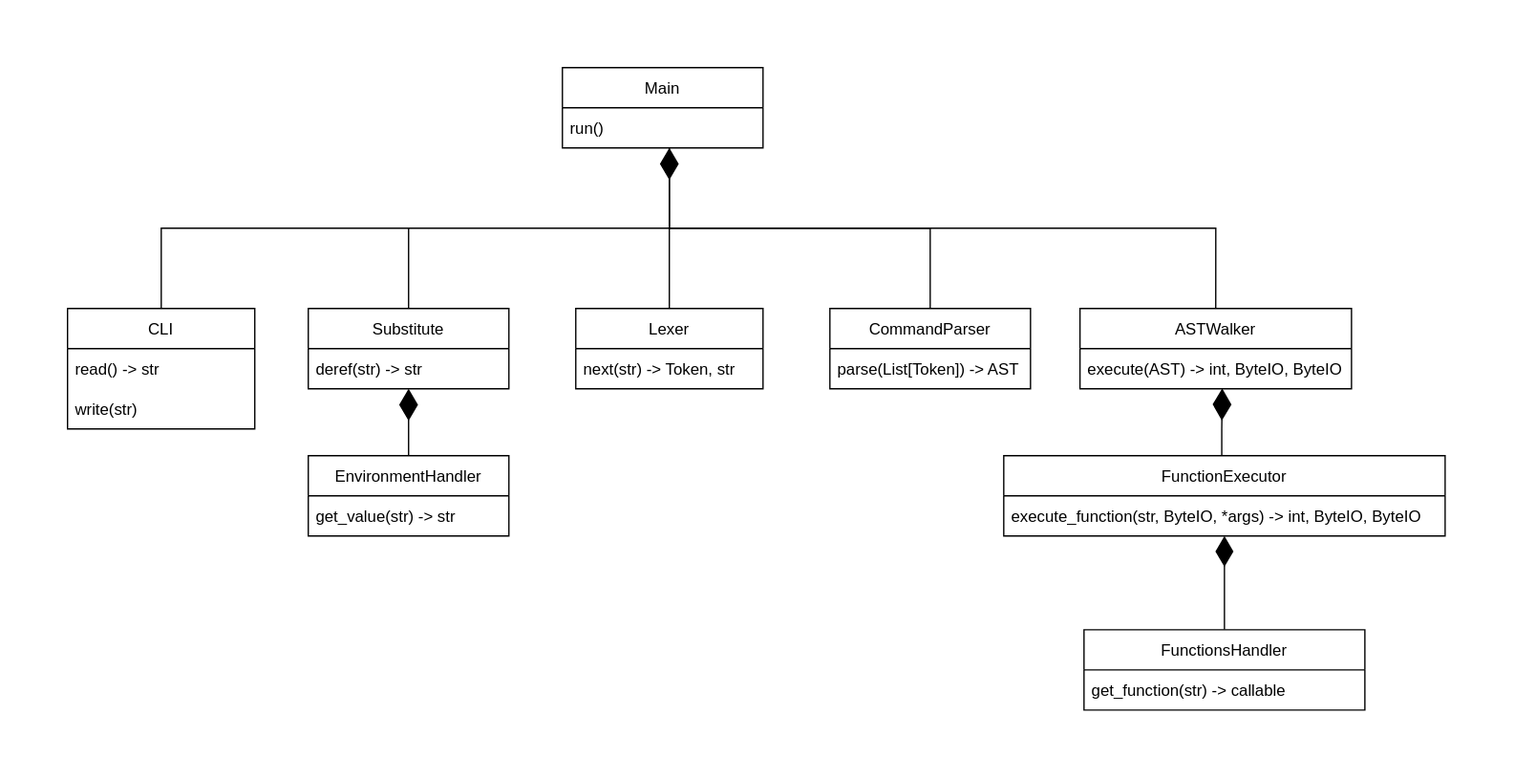
Before: diagram.svg, a diagram exported from draw.io (vladnosiv/sd-hse-2022). Source tidied: cells renumbered, new cells last; positions are measured from the earlier drawing's top-left corner, leaving out a move shared by most shapes. Source of this version:
```xml
<mxGraphModel>
  <root>
    <mxCell id="0" />
    <mxCell id="1" parent="0" />
    <mxCell id="2" style="edgeStyle=orthogonalEdgeStyle;rounded=0;jettySize=auto;html=1;entryX=0.533;entryY=1;entryDx=0;entryDy=0;entryPerimeter=0;endArrow=none;endFill=0;endSize=21;strokeWidth=1;" parent="1" edge="1" source="3" target="25">
      <mxGeometry relative="1" as="geometry" />
    </mxCell>
    <mxCell id="3" value="CLI" style="swimlane;fontStyle=0;horizontal=1;startSize=30;" parent="1" vertex="1">
      <mxGeometry y="180" width="140" height="90" as="geometry" />
    </mxCell>
    <mxCell id="4" value="read() -&gt; str" style="text;strokeColor=none;fillColor=none;align=left;verticalAlign=middle;spacingLeft=4;spacingRight=4;overflow=hidden;" parent="3" vertex="1">
      <mxGeometry y="30" width="140" height="30" as="geometry" />
    </mxCell>
    <mxCell id="5" value="write(str)" style="text;strokeColor=none;fillColor=none;align=left;verticalAlign=middle;spacingLeft=4;spacingRight=4;overflow=hidden;" parent="3" vertex="1">
      <mxGeometry y="60" width="140" height="30" as="geometry" />
    </mxCell>
    <mxCell id="6" style="edgeStyle=orthogonalEdgeStyle;rounded=0;jettySize=auto;html=1;entryX=0.533;entryY=1;entryDx=0;entryDy=0;entryPerimeter=0;endArrow=diamondThin;endFill=1;strokeWidth=1;endSize=21;" parent="1" edge="1" source="7" target="25">
      <mxGeometry relative="1" as="geometry" />
    </mxCell>
    <mxCell id="7" value="Lexer" style="swimlane;fontStyle=0;horizontal=1;startSize=30;" parent="1" vertex="1">
      <mxGeometry x="380" y="180" width="140" height="60" as="geometry" />
    </mxCell>
    <mxCell id="8" value="next(str) -&gt; Token, str" style="text;strokeColor=none;fillColor=none;align=left;verticalAlign=middle;spacingLeft=4;spacingRight=4;overflow=hidden;" parent="7" vertex="1">
      <mxGeometry y="30" width="140" height="30" as="geometry" />
    </mxCell>
    <mxCell id="9" style="edgeStyle=orthogonalEdgeStyle;rounded=0;jettySize=auto;html=1;endArrow=none;endFill=0;endSize=21;strokeWidth=1;" parent="1" edge="1" source="10">
      <mxGeometry relative="1" as="geometry">
        <mxPoint x="450" y="120" as="targetPoint" />
        <Array as="points">
          <mxPoint x="645" y="120" />
        </Array>
      </mxGeometry>
    </mxCell>
    <mxCell id="10" value="CommandParser" style="swimlane;fontStyle=0;horizontal=1;startSize=30;" parent="1" vertex="1">
      <mxGeometry x="570" y="180" width="150" height="60" as="geometry" />
    </mxCell>
    <mxCell id="11" value="parse(List[Token]) -&gt; AST" style="text;strokeColor=none;fillColor=none;align=left;verticalAlign=middle;spacingLeft=4;spacingRight=4;overflow=hidden;points=[[0,0.5],[1,0.5]];portConstraint=eastwest;" parent="10" vertex="1">
      <mxGeometry y="30" width="150" height="30" as="geometry" />
    </mxCell>
    <mxCell id="12" style="edgeStyle=orthogonalEdgeStyle;rounded=0;jettySize=auto;html=1;entryX=0.5;entryY=1;entryDx=0;entryDy=0;entryPerimeter=0;endArrow=diamondThin;endFill=1;endSize=21;strokeWidth=1;" parent="1" edge="1" source="13" target="20">
      <mxGeometry relative="1" as="geometry" />
    </mxCell>
    <mxCell id="13" value="EnvironmentHandler" style="swimlane;fontStyle=0;horizontal=1;startSize=30;" parent="1" vertex="1">
      <mxGeometry x="180" y="290" width="150" height="60" as="geometry" />
    </mxCell>
    <mxCell id="14" value="get_value(str) -&gt; str" style="text;strokeColor=none;fillColor=none;align=left;verticalAlign=middle;spacingLeft=4;spacingRight=4;overflow=hidden;" parent="13" vertex="1">
      <mxGeometry y="30" width="150" height="30" as="geometry" />
    </mxCell>
    <mxCell id="15" style="edgeStyle=orthogonalEdgeStyle;rounded=0;jettySize=auto;html=1;entryX=0.524;entryY=0.989;entryDx=0;entryDy=0;entryPerimeter=0;endArrow=diamondThin;endFill=1;endSize=21;strokeWidth=1;" parent="1" edge="1" source="16" target="23">
      <mxGeometry relative="1" as="geometry">
        <Array as="points">
          <mxPoint x="863" y="270" />
          <mxPoint x="863" y="270" />
        </Array>
      </mxGeometry>
    </mxCell>
    <mxCell id="16" value="FunctionExecutor" style="swimlane;fontStyle=0;horizontal=1;startSize=30;" parent="1" vertex="1">
      <mxGeometry x="700" y="290" width="330" height="60" as="geometry" />
    </mxCell>
    <mxCell id="17" value="execute_function(str, ByteIO, *args) -&gt; int, ByteIO, ByteIO" style="text;strokeColor=none;fillColor=none;align=left;verticalAlign=middle;spacingLeft=4;spacingRight=4;overflow=hidden;points=[[0,0.5],[1,0.5]];portConstraint=eastwest;" parent="16" vertex="1">
      <mxGeometry y="30" width="330" height="30" as="geometry" />
    </mxCell>
    <mxCell id="18" style="edgeStyle=orthogonalEdgeStyle;rounded=0;jettySize=auto;html=1;endArrow=none;endFill=0;endSize=21;strokeWidth=1;" parent="1" edge="1" source="19">
      <mxGeometry relative="1" as="geometry">
        <mxPoint x="255" y="120" as="targetPoint" />
      </mxGeometry>
    </mxCell>
    <mxCell id="19" value="Substitute" style="swimlane;fontStyle=0;horizontal=1;startSize=30;" parent="1" vertex="1">
      <mxGeometry x="180" y="180" width="150" height="60" as="geometry" />
    </mxCell>
    <mxCell id="20" value="deref(str) -&gt; str" style="text;strokeColor=none;fillColor=none;align=left;verticalAlign=middle;spacingLeft=4;spacingRight=4;overflow=hidden;points=[[0,0.5],[1,0.5]];portConstraint=eastwest;" parent="19" vertex="1">
      <mxGeometry y="30" width="150" height="30" as="geometry" />
    </mxCell>
    <mxCell id="21" style="edgeStyle=orthogonalEdgeStyle;rounded=0;jettySize=auto;html=1;endArrow=none;endFill=0;endSize=21;strokeWidth=1;exitX=0.5;exitY=0;exitDx=0;exitDy=0;" parent="1" edge="1" source="22">
      <mxGeometry relative="1" as="geometry">
        <mxPoint x="450" y="120" as="targetPoint" />
        <Array as="points">
          <mxPoint x="859" y="120" />
        </Array>
      </mxGeometry>
    </mxCell>
    <mxCell id="22" value="ASTWalker" style="swimlane;fontStyle=0;horizontal=1;startSize=30;" parent="1" vertex="1">
      <mxGeometry x="757" y="180" width="203" height="60" as="geometry" />
    </mxCell>
    <mxCell id="23" value="execute(AST) -&gt; int, ByteIO, ByteIO" style="text;strokeColor=none;fillColor=none;align=left;verticalAlign=middle;spacingLeft=4;spacingRight=4;overflow=hidden;points=[[0,0.5],[1,0.5]];portConstraint=eastwest;" parent="22" vertex="1">
      <mxGeometry y="30" width="203" height="30" as="geometry" />
    </mxCell>
    <mxCell id="24" value="Main" style="swimlane;fontStyle=0;horizontal=1;startSize=30;" parent="1" vertex="1">
      <mxGeometry x="370" width="150" height="60" as="geometry" />
    </mxCell>
    <mxCell id="25" value="run()" style="text;strokeColor=none;fillColor=none;align=left;verticalAlign=middle;spacingLeft=4;spacingRight=4;overflow=hidden;points=[[0,0.5],[1,0.5]];portConstraint=eastwest;" parent="24" vertex="1">
      <mxGeometry y="30" width="150" height="30" as="geometry" />
    </mxCell>
    <mxCell id="26" style="edgeStyle=orthogonalEdgeStyle;rounded=0;jettySize=auto;html=1;entryX=0.5;entryY=1;entryDx=0;entryDy=0;entryPerimeter=0;endArrow=diamondThin;endFill=1;endSize=20;" parent="1" edge="1" source="27" target="17">
      <mxGeometry relative="1" as="geometry" />
    </mxCell>
    <mxCell id="27" value="FunctionsHandler" style="swimlane;fontStyle=0;horizontal=1;startSize=30;" parent="1" vertex="1">
      <mxGeometry x="760" y="420" width="210" height="60" as="geometry" />
    </mxCell>
    <mxCell id="28" value="get_function(str) -&gt; callable" style="text;strokeColor=none;fillColor=none;align=left;verticalAlign=middle;spacingLeft=4;spacingRight=4;overflow=hidden;" parent="27" vertex="1">
      <mxGeometry y="30" width="210" height="30" as="geometry" />
    </mxCell>
  </root>
</mxGraphModel>
```
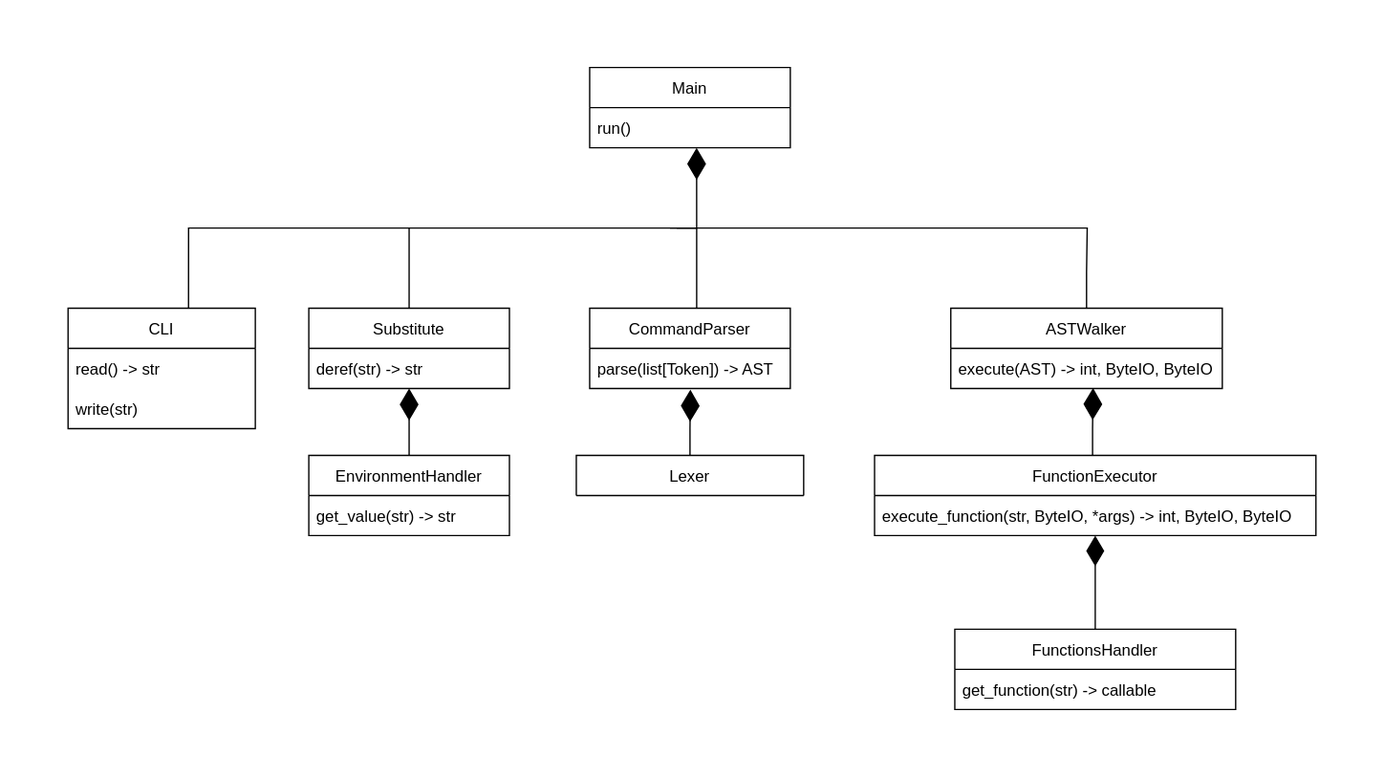
The same diagram one commit later.

Diff of the diagram source:
```diff
@@ -2,8 +2,14 @@
   <root>
     <mxCell id="0" />
     <mxCell id="1" parent="0" />
-    <mxCell id="2" style="edgeStyle=orthogonalEdgeStyle;rounded=0;jettySize=auto;html=1;entryX=0.533;entryY=1;entryDx=0;entryDy=0;entryPerimeter=0;endArrow=none;endFill=0;endSize=21;strokeWidth=1;" parent="1" edge="1" source="3" target="25">
-      <mxGeometry relative="1" as="geometry" />
+    <mxCell id="2" style="edgeStyle=orthogonalEdgeStyle;rounded=0;jettySize=auto;html=1;entryX=0.533;entryY=1;entryDx=0;entryDy=0;entryPerimeter=0;endArrow=diamondThin;endFill=1;endSize=21;strokeWidth=1;" parent="1" edge="1" target="25">
+      <mxGeometry relative="1" as="geometry">
+        <mxPoint x="90.1" y="180" as="sourcePoint" />
+        <Array as="points">
+          <mxPoint x="90" y="120" />
+          <mxPoint x="470" y="120" />
+        </Array>
+      </mxGeometry>
     </mxCell>
     <mxCell id="3" value="CLI" style="swimlane;fontStyle=0;horizontal=1;startSize=30;" parent="1" vertex="1">
       <mxGeometry y="180" width="140" height="90" as="geometry" />
@@ -14,27 +20,24 @@
     <mxCell id="5" value="write(str)" style="text;strokeColor=none;fillColor=none;align=left;verticalAlign=middle;spacingLeft=4;spacingRight=4;overflow=hidden;" parent="3" vertex="1">
       <mxGeometry y="60" width="140" height="30" as="geometry" />
     </mxCell>
-    <mxCell id="6" style="edgeStyle=orthogonalEdgeStyle;rounded=0;jettySize=auto;html=1;entryX=0.533;entryY=1;entryDx=0;entryDy=0;entryPerimeter=0;endArrow=diamondThin;endFill=1;strokeWidth=1;endSize=21;" parent="1" edge="1" source="7" target="25">
-      <mxGeometry relative="1" as="geometry" />
-    </mxCell>
+    <mxCell id="29" style="edgeStyle=orthogonalEdgeStyle;rounded=0;jettySize=auto;html=1;entryX=0.502;entryY=1.031;entryDx=0;entryDy=0;entryPerimeter=0;endArrow=diamondThin;endFill=1;endSize=21;" parent="1" edge="1" source="7" target="11">
+      <mxGeometry relative="1" as="geometry" />
+    </mxCell>
     <mxCell id="7" value="Lexer" style="swimlane;fontStyle=0;horizontal=1;startSize=30;" parent="1" vertex="1">
-      <mxGeometry x="380" y="180" width="140" height="60" as="geometry" />
+      <mxGeometry x="380" y="290" width="170" height="30" as="geometry" />
     </mxCell>
-    <mxCell id="8" value="next(str) -&gt; Token, str" style="text;strokeColor=none;fillColor=none;align=left;verticalAlign=middle;spacingLeft=4;spacingRight=4;overflow=hidden;" parent="7" vertex="1">
-      <mxGeometry y="30" width="140" height="30" as="geometry" />
-    </mxCell>
-    <mxCell id="9" style="edgeStyle=orthogonalEdgeStyle;rounded=0;jettySize=auto;html=1;endArrow=none;endFill=0;endSize=21;strokeWidth=1;" parent="1" edge="1" source="10">
-      <mxGeometry relative="1" as="geometry">
-        <mxPoint x="450" y="120" as="targetPoint" />
-        <Array as="points">
-          <mxPoint x="645" y="120" />
-        </Array>
-      </mxGeometry>
-    </mxCell>
+    <mxCell id="30" style="edgeStyle=orthogonalEdgeStyle;rounded=0;jettySize=auto;html=1;endArrow=none;endFill=0;" parent="1" edge="1" source="10">
+      <mxGeometry relative="1" as="geometry">
+        <mxPoint x="455" y="120" as="targetPoint" />
+        <Array as="points">
+          <mxPoint x="470" y="120" />
+        </Array>
+      </mxGeometry>
+    </mxCell>
     <mxCell id="10" value="CommandParser" style="swimlane;fontStyle=0;horizontal=1;startSize=30;" parent="1" vertex="1">
-      <mxGeometry x="570" y="180" width="150" height="60" as="geometry" />
+      <mxGeometry x="390" y="180" width="150" height="60" as="geometry" />
     </mxCell>
-    <mxCell id="11" value="parse(List[Token]) -&gt; AST" style="text;strokeColor=none;fillColor=none;align=left;verticalAlign=middle;spacingLeft=4;spacingRight=4;overflow=hidden;points=[[0,0.5],[1,0.5]];portConstraint=eastwest;" parent="10" vertex="1">
+    <mxCell id="11" value="parse(list[Token]) -&gt; AST" style="text;strokeColor=none;fillColor=none;align=left;verticalAlign=middle;spacingLeft=4;spacingRight=4;overflow=hidden;points=[[0,0.5],[1,0.5]];portConstraint=eastwest;" parent="10" vertex="1">
       <mxGeometry y="30" width="150" height="30" as="geometry" />
     </mxCell>
     <mxCell id="12" style="edgeStyle=orthogonalEdgeStyle;rounded=0;jettySize=auto;html=1;entryX=0.5;entryY=1;entryDx=0;entryDy=0;entryPerimeter=0;endArrow=diamondThin;endFill=1;endSize=21;strokeWidth=1;" parent="1" edge="1" source="13" target="20">
@@ -49,13 +52,13 @@
     <mxCell id="15" style="edgeStyle=orthogonalEdgeStyle;rounded=0;jettySize=auto;html=1;entryX=0.524;entryY=0.989;entryDx=0;entryDy=0;entryPerimeter=0;endArrow=diamondThin;endFill=1;endSize=21;strokeWidth=1;" parent="1" edge="1" source="16" target="23">
       <mxGeometry relative="1" as="geometry">
         <Array as="points">
-          <mxPoint x="863" y="270" />
-          <mxPoint x="863" y="270" />
+          <mxPoint x="766" y="270" />
+          <mxPoint x="766" y="270" />
         </Array>
       </mxGeometry>
     </mxCell>
     <mxCell id="16" value="FunctionExecutor" style="swimlane;fontStyle=0;horizontal=1;startSize=30;" parent="1" vertex="1">
-      <mxGeometry x="700" y="290" width="330" height="60" as="geometry" />
+      <mxGeometry x="603" y="290" width="330" height="60" as="geometry" />
     </mxCell>
     <mxCell id="17" value="execute_function(str, ByteIO, *args) -&gt; int, ByteIO, ByteIO" style="text;strokeColor=none;fillColor=none;align=left;verticalAlign=middle;spacingLeft=4;spacingRight=4;overflow=hidden;points=[[0,0.5],[1,0.5]];portConstraint=eastwest;" parent="16" vertex="1">
       <mxGeometry y="30" width="330" height="30" as="geometry" />
@@ -71,22 +74,24 @@
     <mxCell id="20" value="deref(str) -&gt; str" style="text;strokeColor=none;fillColor=none;align=left;verticalAlign=middle;spacingLeft=4;spacingRight=4;overflow=hidden;points=[[0,0.5],[1,0.5]];portConstraint=eastwest;" parent="19" vertex="1">
       <mxGeometry y="30" width="150" height="30" as="geometry" />
     </mxCell>
-    <mxCell id="21" style="edgeStyle=orthogonalEdgeStyle;rounded=0;jettySize=auto;html=1;endArrow=none;endFill=0;endSize=21;strokeWidth=1;exitX=0.5;exitY=0;exitDx=0;exitDy=0;" parent="1" edge="1" source="22">
-      <mxGeometry relative="1" as="geometry">
-        <mxPoint x="450" y="120" as="targetPoint" />
-        <Array as="points">
-          <mxPoint x="859" y="120" />
-        </Array>
-      </mxGeometry>
-    </mxCell>
+    <mxCell id="31" style="edgeStyle=orthogonalEdgeStyle;rounded=0;jettySize=auto;html=1;endArrow=none;endFill=0;exitX=0.5;exitY=0;exitDx=0;exitDy=0;" parent="1" edge="1" source="22">
+      <mxGeometry relative="1" as="geometry">
+        <mxPoint x="450" y="120" as="targetPoint" />
+        <Array as="points">
+          <mxPoint x="762" y="153" />
+          <mxPoint x="762" y="153" />
+          <mxPoint x="762" y="120" />
+        </Array>
+      </mxGeometry>
+    </mxCell>
     <mxCell id="22" value="ASTWalker" style="swimlane;fontStyle=0;horizontal=1;startSize=30;" parent="1" vertex="1">
-      <mxGeometry x="757" y="180" width="203" height="60" as="geometry" />
+      <mxGeometry x="660" y="180" width="203" height="60" as="geometry" />
     </mxCell>
     <mxCell id="23" value="execute(AST) -&gt; int, ByteIO, ByteIO" style="text;strokeColor=none;fillColor=none;align=left;verticalAlign=middle;spacingLeft=4;spacingRight=4;overflow=hidden;points=[[0,0.5],[1,0.5]];portConstraint=eastwest;" parent="22" vertex="1">
       <mxGeometry y="30" width="203" height="30" as="geometry" />
     </mxCell>
     <mxCell id="24" value="Main" style="swimlane;fontStyle=0;horizontal=1;startSize=30;" parent="1" vertex="1">
-      <mxGeometry x="370" width="150" height="60" as="geometry" />
+      <mxGeometry x="390" width="150" height="60" as="geometry" />
     </mxCell>
     <mxCell id="25" value="run()" style="text;strokeColor=none;fillColor=none;align=left;verticalAlign=middle;spacingLeft=4;spacingRight=4;overflow=hidden;points=[[0,0.5],[1,0.5]];portConstraint=eastwest;" parent="24" vertex="1">
       <mxGeometry y="30" width="150" height="30" as="geometry" />
@@ -95,7 +100,7 @@
       <mxGeometry relative="1" as="geometry" />
     </mxCell>
     <mxCell id="27" value="FunctionsHandler" style="swimlane;fontStyle=0;horizontal=1;startSize=30;" parent="1" vertex="1">
-      <mxGeometry x="760" y="420" width="210" height="60" as="geometry" />
+      <mxGeometry x="663" y="420" width="210" height="60" as="geometry" />
     </mxCell>
     <mxCell id="28" value="get_function(str) -&gt; callable" style="text;strokeColor=none;fillColor=none;align=left;verticalAlign=middle;spacingLeft=4;spacingRight=4;overflow=hidden;" parent="27" vertex="1">
       <mxGeometry y="30" width="210" height="30" as="geometry" />
```
